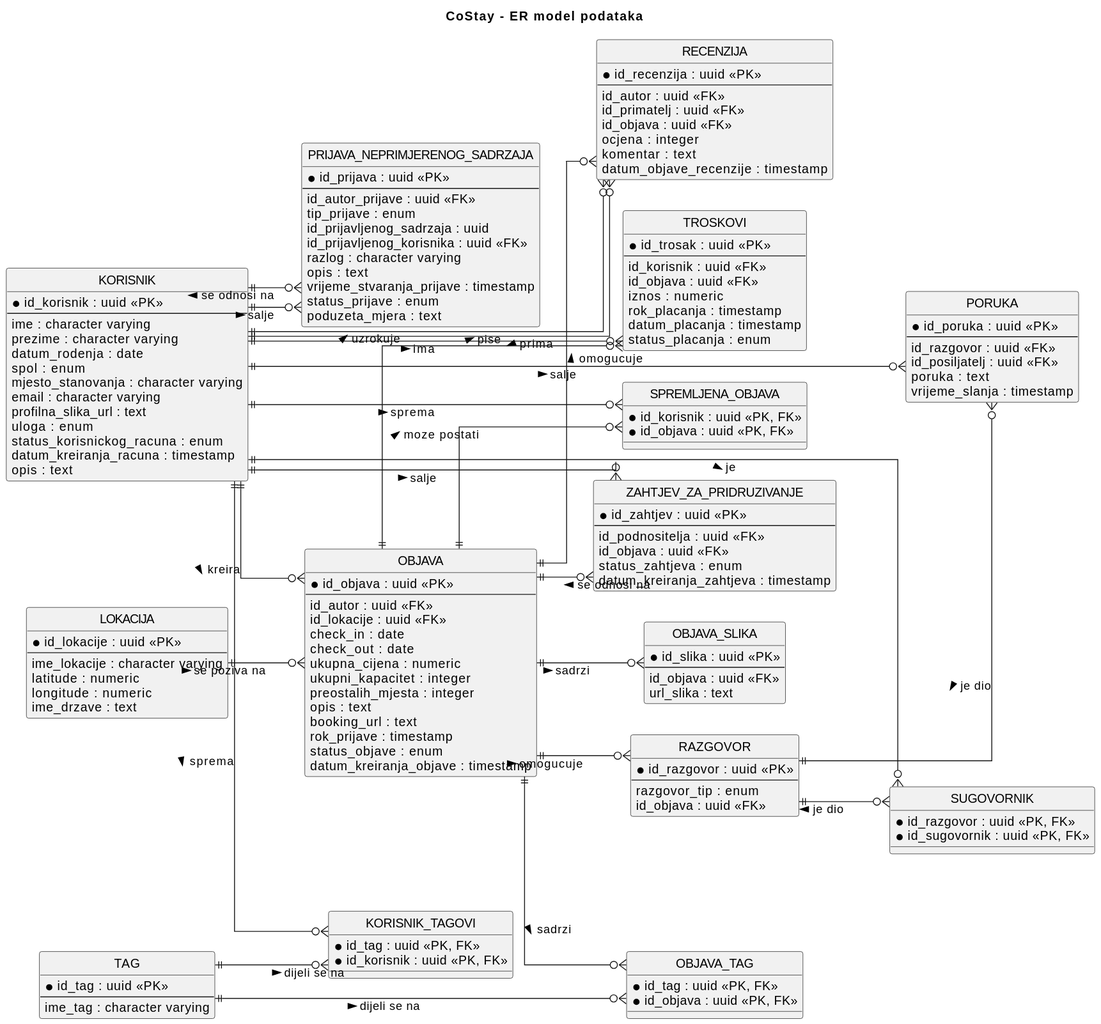
This is docs/assets/diagrams/4-3-1-costay-data-ERD.svg from MarkoZvonar/CoStay-Project, a PlantUML export, as it was before one commit.
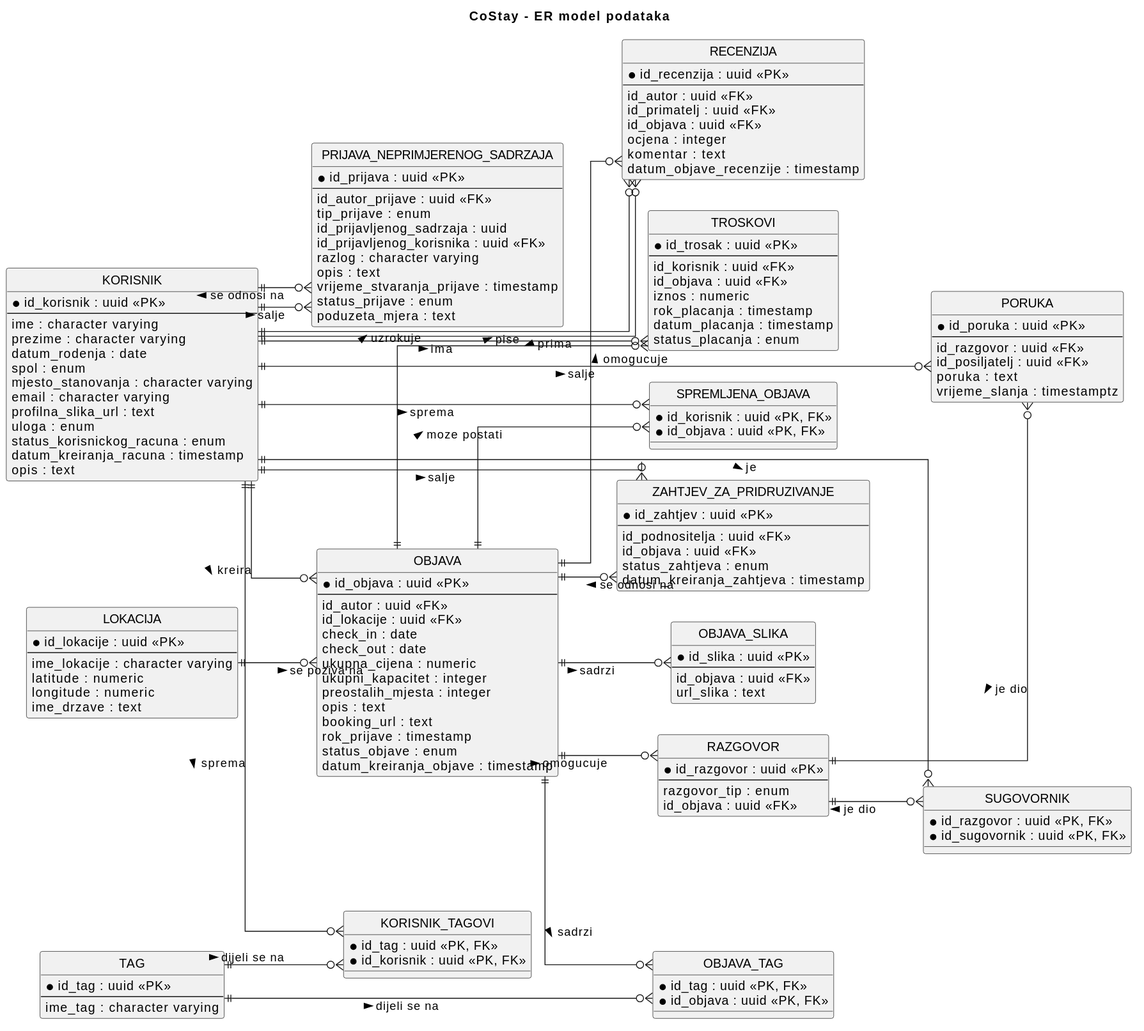
Later version of the same file.

Change to the diagram source:
```diff
@@ -1,4 +1,6 @@
 @startuml
+
+
 title CoStay - ER model podataka
 
 hide circle
@@ -141,7 +143,7 @@
   id_razgovor : uuid <<FK>>
   id_posiljatelj : uuid <<FK>>
   poruka : text
-  vrijeme_slanja : timestamp
+  vrijeme_slanja : timestamptz
 }
 
 entity "SUGOVORNIK" as SUGOVORNIK {
```
